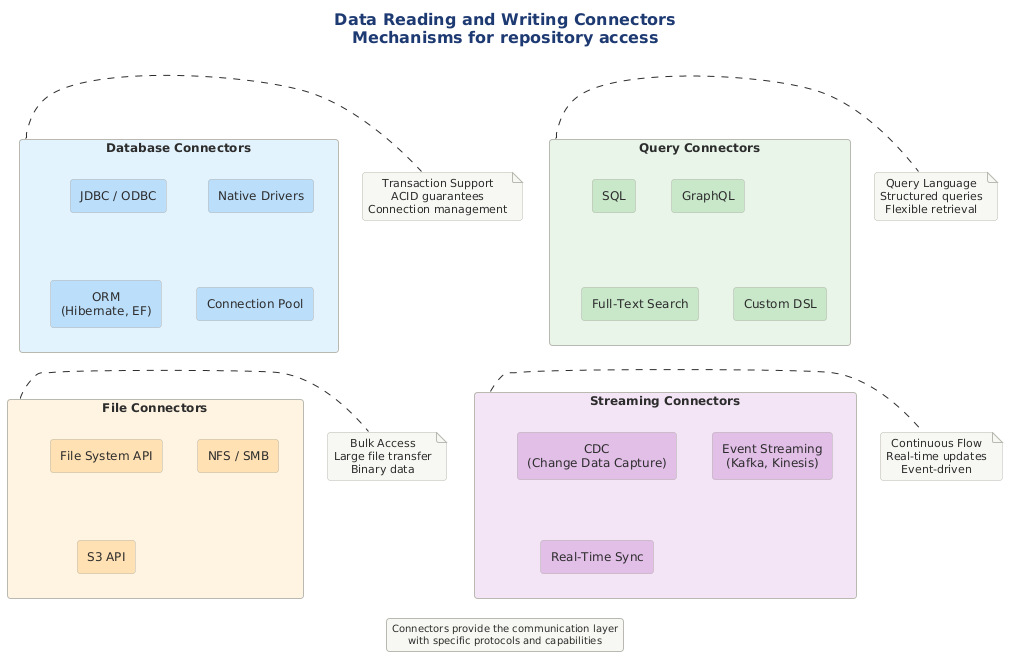
Before: src/architecture/views-and-beyond/style-catalogs/component-and-connector/shared-data-style/png/reading-writing-connectors-mechanisms-repo.png, a diagram exported from PlantUML (Notoriousjayy/latex-docs).
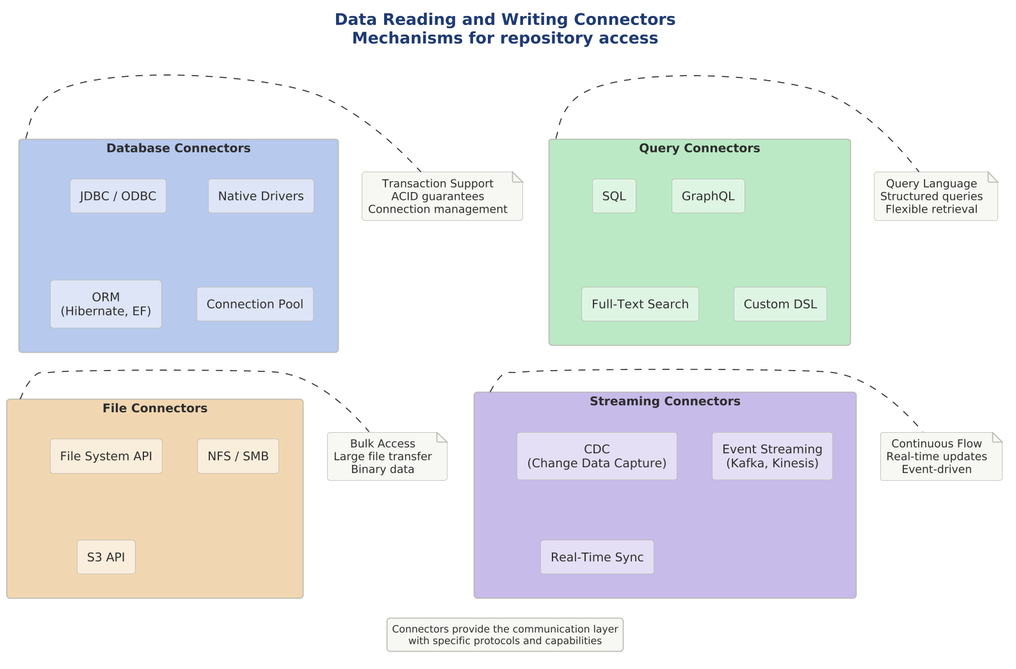
Later version of the same file.

Diff of the diagram source:
```diff
@@ -1,33 +1,38 @@
 @startuml
+
+skinparam dpi 150
+
+
+
 
 title Data Reading and Writing Connectors\nMechanisms for repository access
 
 !include ../../../../../../tooling/styles/plantuml/structural/component-diagram-style.iuml
 
-rectangle "Database Connectors" as dbconn #E3F2FD {
-    rectangle "JDBC / ODBC" as jdbc #BBDEFB
-    rectangle "Native Drivers" as native #BBDEFB
-    rectangle "ORM\n(Hibernate, EF)" as orm #BBDEFB
-    rectangle "Connection Pool" as pool #BBDEFB
+rectangle "Database Connectors" as dbconn $deep_primary {
+    rectangle "JDBC / ODBC" as jdbc $fill_primary
+    rectangle "Native Drivers" as native $fill_primary
+    rectangle "ORM\n(Hibernate, EF)" as orm $fill_primary
+    rectangle "Connection Pool" as pool $fill_primary
 }
 
-rectangle "Query Connectors" as queryconn #E8F5E9 {
-    rectangle "SQL" as sql #C8E6C9
-    rectangle "GraphQL" as graphql #C8E6C9
-    rectangle "Full-Text Search" as fts #C8E6C9
-    rectangle "Custom DSL" as dsl #C8E6C9
+rectangle "Query Connectors" as queryconn $deep_ok {
+    rectangle "SQL" as sql $fill_ok
+    rectangle "GraphQL" as graphql $fill_ok
+    rectangle "Full-Text Search" as fts $fill_ok
+    rectangle "Custom DSL" as dsl $fill_ok
 }
 
-rectangle "File Connectors" as fileconn #FFF3E0 {
-    rectangle "File System API" as fsapi #FFE0B2
-    rectangle "NFS / SMB" as nfs #FFE0B2
-    rectangle "S3 API" as s3 #FFE0B2
+rectangle "File Connectors" as fileconn $deep_caution {
+    rectangle "File System API" as fsapi $fill_caution
+    rectangle "NFS / SMB" as nfs $fill_caution
+    rectangle "S3 API" as s3 $fill_caution
 }
 
-rectangle "Streaming Connectors" as streamconn #F3E5F5 {
-    rectangle "CDC\n(Change Data Capture)" as cdc #E1BEE7
-    rectangle "Event Streaming\n(Kafka, Kinesis)" as kafka #E1BEE7
-    rectangle "Real-Time Sync" as realtime #E1BEE7
+rectangle "Streaming Connectors" as streamconn $deep_alt {
+    rectangle "CDC\n(Change Data Capture)" as cdc $fill_alt
+    rectangle "Event Streaming\n(Kafka, Kinesis)" as kafka $fill_alt
+    rectangle "Real-Time Sync" as realtime $fill_alt
 }
 
 note right of dbconn
```
